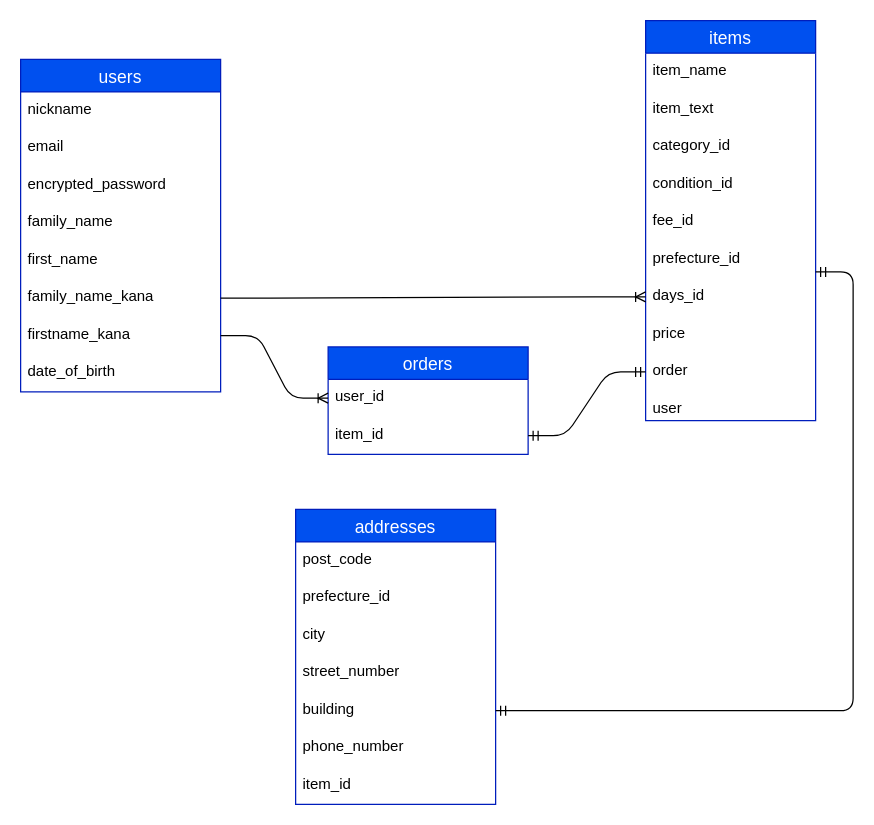
marie1173/furima-38740 keeps this draw.io diagram as page "ページ1" (1 of 2) of app/views/ER.dio. Above is the earlier version. Source tidied: cells renumbered, new cells numbered last; positions are measured from the earlier drawing's top-left corner, leaving out a move shared by most shapes. Both pictures are drawn from the tidied source at 125%, with x=0, y=0 at pixel (20, 20).
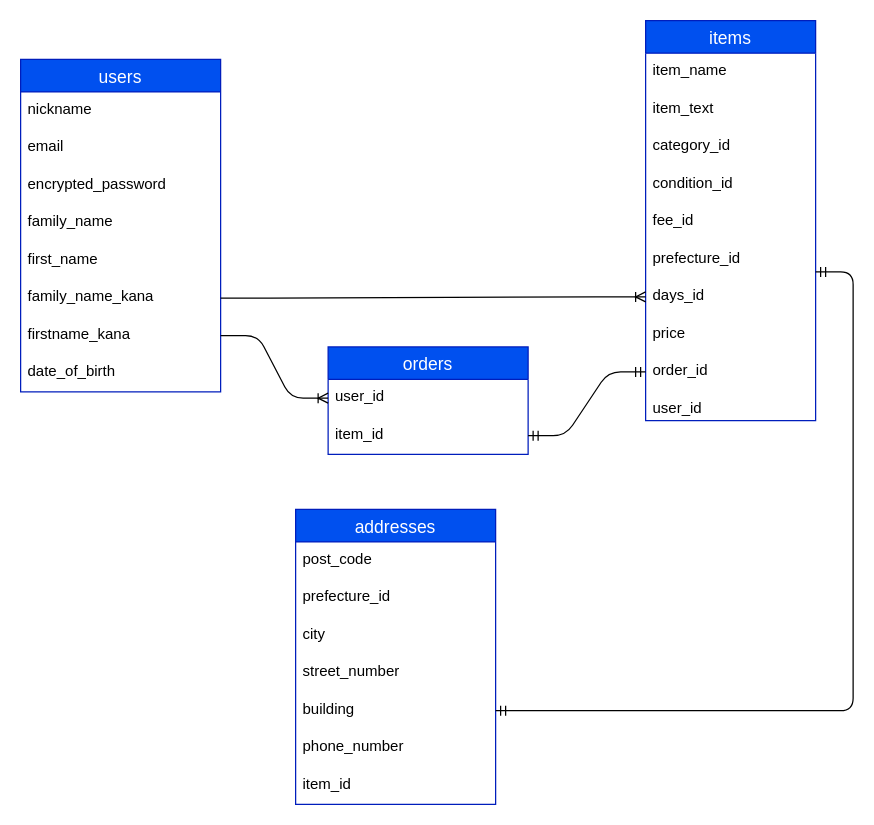
The same page after the edit.

Commit message (it also covers changes not shown here):
テーブル設計（修正２）

The change refers to these unchanged cells:
```xml
<mxCell id="19" value="items" style="swimlane;fontStyle=0;horizontal=1;startSize=26;align=center;fontSize=14;fillColor=#0050ef;fontColor=#ffffff;strokeColor=#001DBC;" parent="1" vertex="1">
  <mxGeometry x="500" width="136" height="320" as="geometry" />
</mxCell>
```

What changed in the source:
```diff
@@
-    <mxCell id="28" value="order" style="text;strokeColor=none;fillColor=none;spacingLeft=4;spacingRight=4;overflow=hidden;points=[[0,0.5],[1,0.5]];portConstraint=eastwest;fontSize=12;" parent="19" vertex="1">
+    <mxCell id="28" value="order_id" style="text;strokeColor=none;fillColor=none;spacingLeft=4;spacingRight=4;overflow=hidden;points=[[0,0.5],[1,0.5]];portConstraint=eastwest;fontSize=12;" parent="19" vertex="1">
       <mxGeometry y="266" width="136" height="30" as="geometry" />
     </mxCell>
-    <mxCell id="29" value="user" style="text;strokeColor=none;fillColor=none;spacingLeft=4;spacingRight=4;overflow=hidden;fontSize=12;" parent="19" vertex="1">
+    <mxCell id="29" value="user_id" style="text;strokeColor=none;fillColor=none;spacingLeft=4;spacingRight=4;overflow=hidden;fontSize=12;" parent="19" vertex="1">
       <mxGeometry y="296" width="136" height="24" as="geometry" />
     </mxCell>
```
